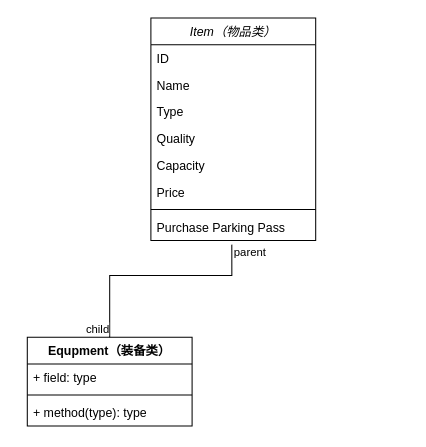
This is Drawio/class-diagram.drawio from lvxingzhe32/IDLE-Game, a draw.io file, before an edit. Source tidied: cells renumbered, new cells numbered last; positions are measured from the earlier drawing's top-left corner, leaving out a move shared by most shapes. Both pictures are drawn from the tidied source at 103%, with x=0, y=0 at pixel (27, 18).
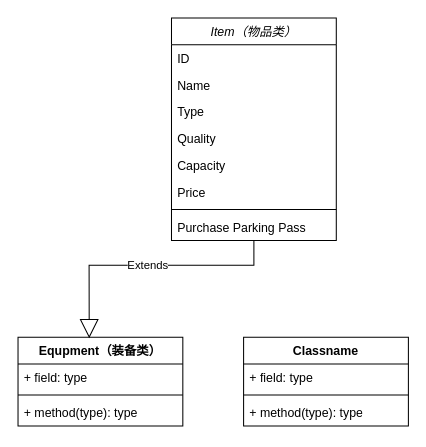
After the change.

The change refers to these unchanged cells:
```xml
<mxCell id="10" value="Purchase Parking Pass" style="text;align=left;verticalAlign=top;spacingLeft=4;spacingRight=4;overflow=hidden;points=[[0,0.5],[1,0.5]];portConstraint=eastwest;" parent="2" vertex="1">
  <mxGeometry y="190" width="160" height="26" as="geometry" />
</mxCell>
```

Change to the diagram source:
```diff
@@
     <mxCell id="2" value="Item（物品类）" style="swimlane;fontStyle=2;align=center;verticalAlign=top;horizontal=1;startSize=26;rounded=0;shadow=0;strokeWidth=1;" parent="1" vertex="1">
-      <mxGeometry x="120" width="160" height="216" as="geometry" />
+      <mxGeometry x="140" width="160" height="216" as="geometry" />
     </mxCell>
@@
     <mxCell id="11" value="Equpment（装备类）" style="swimlane;fontStyle=1;align=center;verticalAlign=top;horizontal=1;startSize=26;whiteSpace=wrap;html=1;" parent="1" vertex="1">
-      <mxGeometry y="310" width="160" height="86" as="geometry" />
+      <mxGeometry x="-9" y="310" width="160" height="86" as="geometry" />
     </mxCell>
@@
-    <mxCell id="15" style="endArrow=none;html=1;edgeStyle=orthogonalEdgeStyle;rounded=0;exitX=0.491;exitY=1.154;exitDx=0;exitDy=0;exitPerimeter=0;entryX=0.5;entryY=0;entryDx=0;entryDy=0;" parent="1" edge="1" source="10" target="11">
-      <mxGeometry relative="1" as="geometry">
-        <Array as="points">
-          <mxPoint x="199" y="250" />
-          <mxPoint x="80" y="250" />
-        </Array>
-      </mxGeometry>
-    </mxCell>
-    <mxCell id="16" value="parent" style="edgeLabel;html=1;align=left;verticalAlign=bottom;" parent="15" vertex="1">
-      <mxGeometry x="-1" relative="1" as="geometry">
-        <mxPoint y="16" as="offset" />
-      </mxGeometry>
-    </mxCell>
-    <mxCell id="17" value="child" style="edgeLabel;html=1;align=right;verticalAlign=bottom;" parent="15" vertex="1">
-      <mxGeometry x="1" relative="1" as="geometry" />
-    </mxCell>
+    <mxCell id="18" value="Classname" style="swimlane;fontStyle=1;align=center;verticalAlign=top;horizontal=1;startSize=26;whiteSpace=wrap;html=1;" parent="1" vertex="1">
+      <mxGeometry x="210" y="310" width="160" height="86" as="geometry" />
+    </mxCell>
+    <mxCell id="19" value="+ field: type" style="text;strokeColor=none;fillColor=none;align=left;verticalAlign=top;spacingLeft=4;spacingRight=4;overflow=hidden;whiteSpace=wrap;html=1;" parent="18" vertex="1">
+      <mxGeometry y="26" width="160" height="26" as="geometry" />
+    </mxCell>
+    <mxCell id="20" style="line;strokeWidth=1;fillColor=none;align=left;verticalAlign=middle;spacingTop=-1;spacingLeft=3;spacingRight=3;labelPosition=right;strokeColor=inherit;" parent="18" vertex="1">
+      <mxGeometry y="52" width="160" height="8" as="geometry" />
+    </mxCell>
+    <mxCell id="21" value="+ method(type): type" style="text;strokeColor=none;fillColor=none;align=left;verticalAlign=top;spacingLeft=4;spacingRight=4;overflow=hidden;whiteSpace=wrap;html=1;" parent="18" vertex="1">
+      <mxGeometry y="60" width="160" height="26" as="geometry" />
+    </mxCell>
+    <mxCell id="22" value="Extends" style="endArrow=block;endSize=16;endFill=0;html=1;rounded=0;entryX=0.432;entryY=0.009;entryDx=0;entryDy=0;entryPerimeter=0;exitX=0.5;exitY=1;exitDx=0;exitDy=0;" parent="1" edge="1" source="2" target="11">
+      <mxGeometry relative="1" as="geometry">
+        <Array as="points">
+          <mxPoint x="220" y="240" />
+          <mxPoint x="60" y="240" />
+        </Array>
+      </mxGeometry>
+    </mxCell>
```
